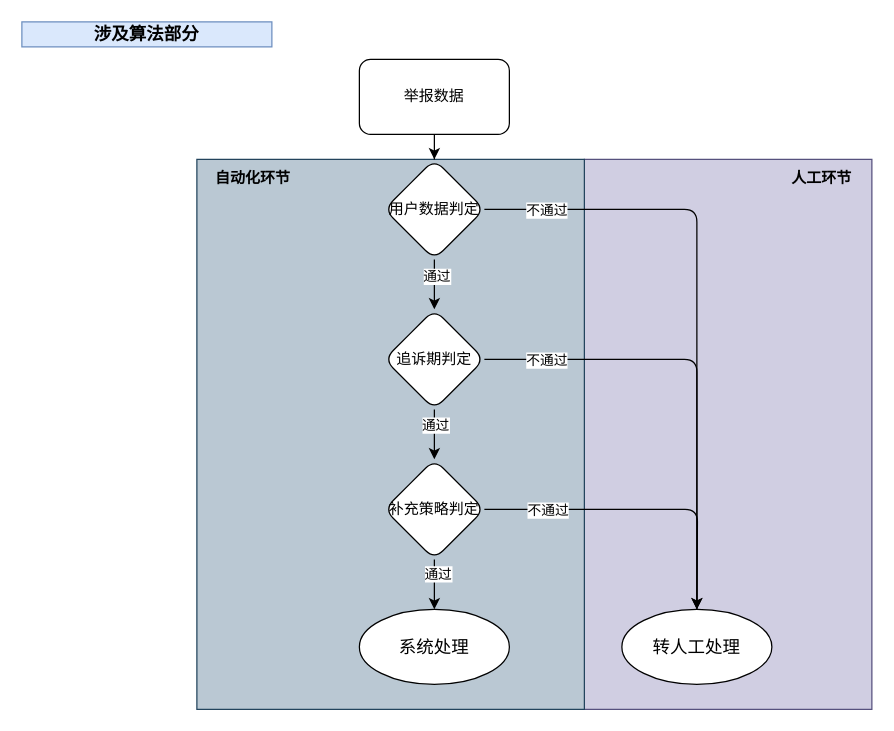
startarhwa/hello-world keeps this draw.io diagram as app.diagrams.net/Untitled Diagram.drawio. Above is the earlier version. Source tidied: cells renumbered, new cells numbered last; positions are measured from the earlier drawing's top-left corner, leaving out a move shared by most shapes. Both pictures are drawn from the tidied source at 125%, with x=0, y=0 at pixel (21, 21).
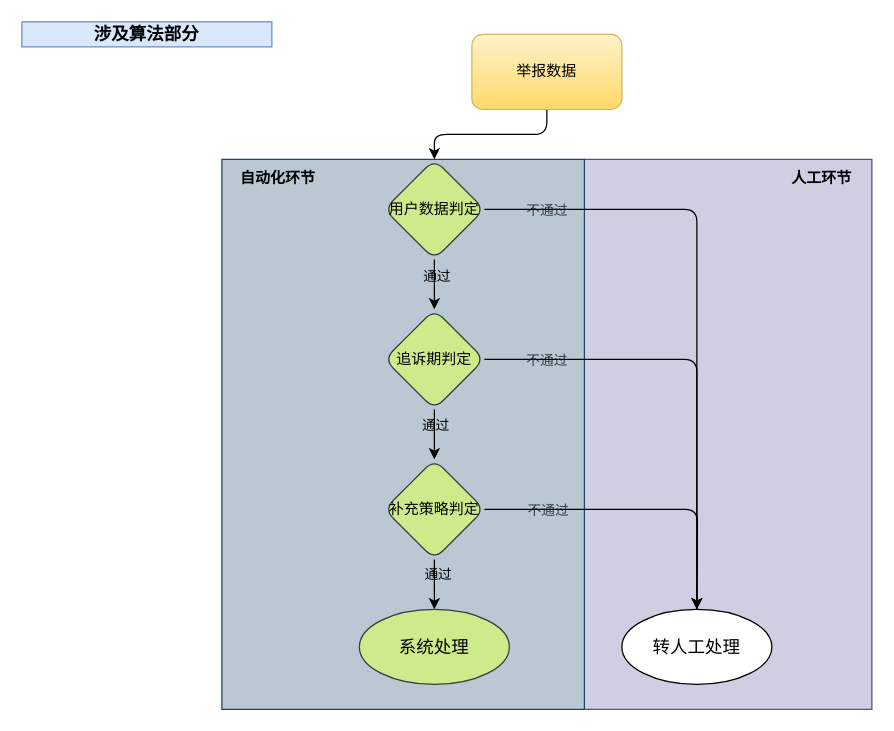
After the change.

Unchanged cells that the change refers to:
```xml
<mxCell id="7" style="edgeStyle=orthogonalEdgeStyle;rounded=0;jettySize=auto;html=1;entryX=0.5;entryY=0;entryDx=0;entryDy=0;" parent="1" edge="1" source="11" target="16">
  <mxGeometry relative="1" as="geometry" />
</mxCell>
<mxCell id="12" style="edgeStyle=orthogonalEdgeStyle;rounded=0;jettySize=auto;html=1;" parent="1" edge="1" source="16" target="21">
  <mxGeometry relative="1" as="geometry" />
</mxCell>
<mxCell id="14" style="edgeStyle=orthogonalEdgeStyle;rounded=1;jettySize=auto;html=1;entryX=0.5;entryY=0;entryDx=0;entryDy=0;" parent="1" edge="1" source="16" target="23">
  <mxGeometry relative="1" as="geometry" />
</mxCell>
<mxCell id="17" style="edgeStyle=orthogonalEdgeStyle;rounded=0;jettySize=auto;html=1;" parent="1" edge="1" source="21" target="22">
  <mxGeometry relative="1" as="geometry" />
</mxCell>
<mxCell id="19" style="edgeStyle=orthogonalEdgeStyle;rounded=1;jettySize=auto;html=1;" parent="1" edge="1" source="21">
  <mxGeometry relative="1" as="geometry">
    <mxPoint x="540" y="480" as="targetPoint" />
  </mxGeometry>
</mxCell>
<mxCell id="23" value="&lt;span style=&quot;font-size: 14px&quot;&gt;转人工处理&lt;/span&gt;" style="ellipse;whiteSpace=wrap;html=1;rounded=1;" parent="1" vertex="1">
  <mxGeometry x="480" y="470" width="120" height="60" as="geometry" />
</mxCell>
```

The edit, as a diff of the source:
```diff
@@
-    <mxCell id="2" style="rounded=0;whiteSpace=wrap;html=1;fillColor=#d0cee2;strokeColor=#56517e;" parent="1" vertex="1">
+    <mxCell id="2" style="rounded=0;whiteSpace=wrap;fillColor=#d0cee2;strokeColor=#56517e;" parent="1" vertex="1">
       <mxGeometry x="450" y="110" width="230" height="440" as="geometry" />
     </mxCell>
     <mxCell id="3" style="rounded=0;whiteSpace=wrap;html=1;fillColor=#bac8d3;strokeColor=#23445d;" parent="1" vertex="1">
-      <mxGeometry x="140" y="110" width="310" height="440" as="geometry" />
+      <mxGeometry x="160" y="110" width="290" height="440" as="geometry" />
     </mxCell>
@@
-    <mxCell id="5" style="edgeStyle=orthogonalEdgeStyle;rounded=0;jettySize=auto;html=1;" parent="1" edge="1" source="6" target="11">
+    <mxCell id="5" style="edgeStyle=orthogonalEdgeStyle;rounded=1;jettySize=auto;html=1;" parent="1" edge="1" source="6" target="11">
       <mxGeometry relative="1" as="geometry" />
     </mxCell>
-    <mxCell id="6" value="举报数据" style="rounded=1;whiteSpace=wrap;html=1;" parent="1" vertex="1">
-      <mxGeometry x="270" y="30" width="120" height="60" as="geometry" />
+    <mxCell id="6" value="举报数据" style="rounded=1;whiteSpace=wrap;html=1;fillColor=#fff2cc;gradientColor=#ffd966;strokeColor=#d6b656;" parent="1" vertex="1">
+      <mxGeometry x="360" y="10" width="120" height="60" as="geometry" />
     </mxCell>
@@
-    <mxCell id="8" value="通过" style="edgeLabel;html=1;align=center;verticalAlign=middle;" parent="7" vertex="1">
+    <mxCell id="8" value="通过" style="edgeLabel;html=1;align=center;verticalAlign=middle;labelBackgroundColor=none;" parent="7" vertex="1">
       <mxGeometry x="-0.36" y="1" relative="1" as="geometry" />
     </mxCell>
-    <mxCell id="9" style="edgeStyle=orthogonalEdgeStyle;rounded=1;jettySize=auto;html=1;entryX=0.5;entryY=0;entryDx=0;entryDy=0;" parent="1" edge="1" source="11" target="23">
+    <mxCell id="9" style="edgeStyle=orthogonalEdgeStyle;rounded=1;jettySize=auto;html=1;entryX=0.5;entryY=0;entryDx=0;entryDy=0;labelBackgroundColor=default;" parent="1" edge="1" source="11" target="23">
       <mxGeometry relative="1" as="geometry" />
     </mxCell>
-    <mxCell id="10" value="不通过" style="edgeLabel;html=1;align=center;verticalAlign=middle;" parent="9" vertex="1">
+    <mxCell id="10" value="不通过" style="edgeLabel;align=center;verticalAlign=middle;labelBackgroundColor=none;labelBorderColor=none;textOpacity=70;fontStyle=0;html=1;" parent="9" vertex="1">
       <mxGeometry x="-0.83" relative="1" as="geometry">
         <mxPoint x="7" as="offset" />
       </mxGeometry>
     </mxCell>
-    <mxCell id="11" value="&lt;span&gt;用户数据判定&lt;/span&gt;" style="rhombus;whiteSpace=wrap;html=1;rounded=1;" parent="1" vertex="1">
+    <mxCell id="11" value="&lt;span&gt;用户数据判定&lt;/span&gt;" style="rhombus;whiteSpace=wrap;html=1;rounded=1;fillColor=#cdeb8b;strokeColor=#36393d;" parent="1" vertex="1">
       <mxGeometry x="290" y="110" width="80" height="80" as="geometry" />
     </mxCell>
@@
-    <mxCell id="13" value="通过" style="edgeLabel;html=1;align=center;verticalAlign=middle;" parent="12" vertex="1">
+    <mxCell id="13" value="通过" style="edgeLabel;html=1;align=center;verticalAlign=middle;labelBackgroundColor=none;" parent="12" vertex="1">
       <mxGeometry x="-0.38" relative="1" as="geometry" />
     </mxCell>
@@
-    <mxCell id="15" value="不通过" style="edgeLabel;html=1;align=center;verticalAlign=middle;" parent="14" vertex="1">
+    <mxCell id="15" value="不通过" style="edgeLabel;html=1;align=center;verticalAlign=middle;labelBackgroundColor=none;textOpacity=70;" parent="14" vertex="1">
       <mxGeometry x="-0.79" y="-3" relative="1" as="geometry">
         <mxPoint x="10" y="-3" as="offset" />
       </mxGeometry>
     </mxCell>
-    <mxCell id="16" value="追诉期&lt;span&gt;判定&lt;/span&gt;" style="rhombus;whiteSpace=wrap;html=1;rounded=1;" parent="1" vertex="1">
+    <mxCell id="16" value="追诉期&lt;span&gt;判定&lt;/span&gt;" style="rhombus;whiteSpace=wrap;html=1;rounded=1;fillColor=#cdeb8b;strokeColor=#36393d;" parent="1" vertex="1">
       <mxGeometry x="290" y="230" width="80" height="80" as="geometry" />
     </mxCell>
@@
-    <mxCell id="18" value="通过" style="edgeLabel;html=1;align=center;verticalAlign=middle;" parent="17" vertex="1">
+    <mxCell id="18" value="通过" style="edgeLabel;html=1;align=center;verticalAlign=middle;labelBackgroundColor=none;" parent="17" vertex="1">
       <mxGeometry x="-0.43" y="2" relative="1" as="geometry" />
     </mxCell>
@@
-    <mxCell id="20" value="不通过" style="edgeLabel;html=1;align=center;verticalAlign=middle;" parent="19" vertex="1">
+    <mxCell id="20" value="不通过" style="edgeLabel;html=1;align=center;verticalAlign=middle;textOpacity=70;labelBackgroundColor=none;" parent="19" vertex="1">
       <mxGeometry x="-0.71" y="1" relative="1" as="geometry">
         <mxPoint x="12" y="1" as="offset" />
       </mxGeometry>
     </mxCell>
-    <mxCell id="21" value="补充策略&lt;span&gt;判定&lt;/span&gt;" style="rhombus;whiteSpace=wrap;html=1;rounded=1;" parent="1" vertex="1">
+    <mxCell id="21" value="补充策略&lt;span&gt;判定&lt;/span&gt;" style="rhombus;whiteSpace=wrap;html=1;rounded=1;fillColor=#cdeb8b;strokeColor=#36393d;" parent="1" vertex="1">
       <mxGeometry x="290" y="350" width="80" height="80" as="geometry" />
     </mxCell>
-    <mxCell id="22" value="&lt;span style=&quot;font-size: 14px&quot;&gt;系统处理&lt;/span&gt;" style="ellipse;whiteSpace=wrap;html=1;rounded=1;" parent="1" vertex="1">
+    <mxCell id="22" value="&lt;span style=&quot;font-size: 14px&quot;&gt;系统处理&lt;/span&gt;" style="ellipse;whiteSpace=wrap;html=1;rounded=1;fillColor=#cdeb8b;strokeColor=#36393d;" parent="1" vertex="1">
       <mxGeometry x="270" y="470" width="120" height="60" as="geometry" />
     </mxCell>
@@
     <mxCell id="24" value="自动化环节" style="text;html=1;strokeColor=none;fillColor=none;align=center;verticalAlign=middle;whiteSpace=wrap;rounded=0;fontStyle=1;" parent="1" vertex="1">
-      <mxGeometry x="140" y="110" width="90" height="30" as="geometry" />
+      <mxGeometry x="160" y="110" width="90" height="30" as="geometry" />
     </mxCell>
```
